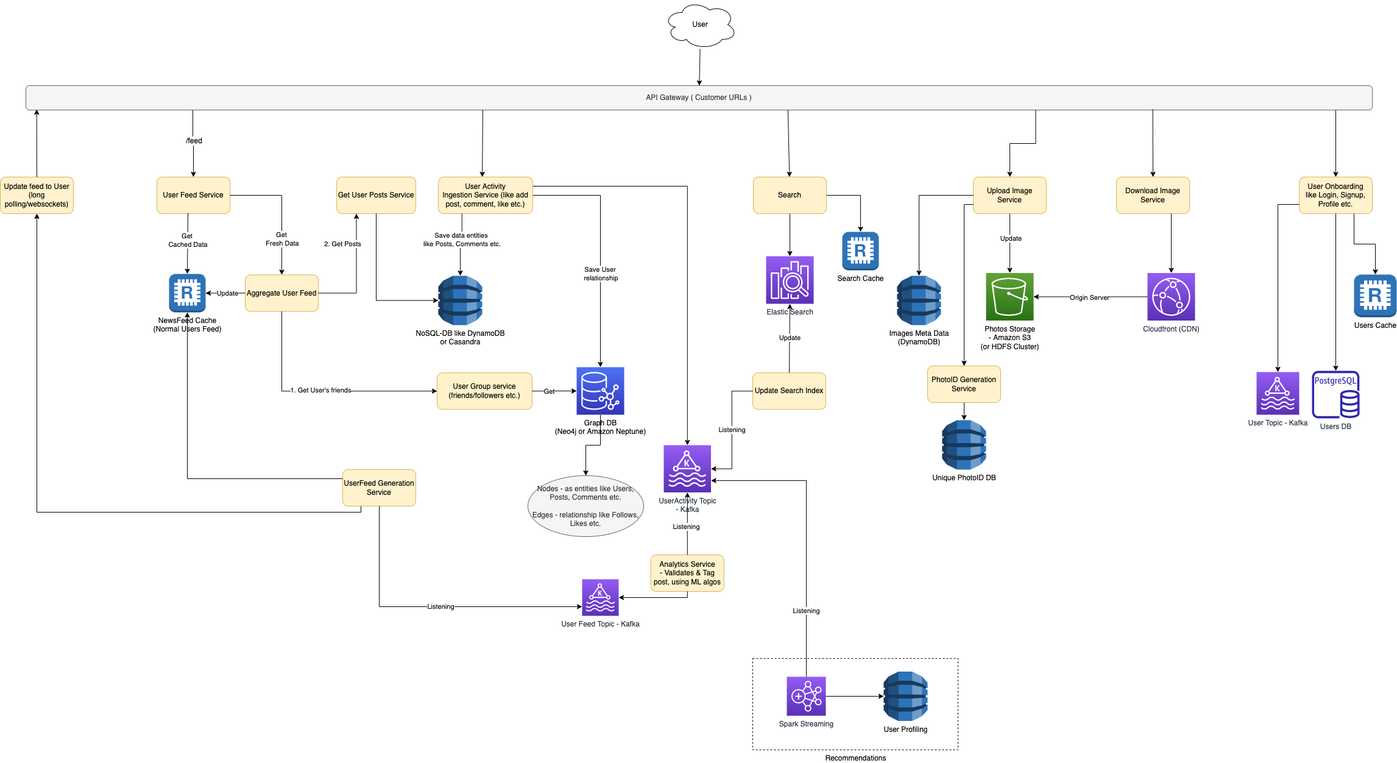
Earlier version of the draw.io export src/3_HLDDesignProblems/SocialNetworkFacebookInstagramDesign/SocialNetworkDesignProblemHLD.png (Anshul619/HLD-System-Designs). Source tidied: cells renumbered, new cells last; positions are measured from the earlier drawing's top-left corner, leaving out a move shared by most shapes.
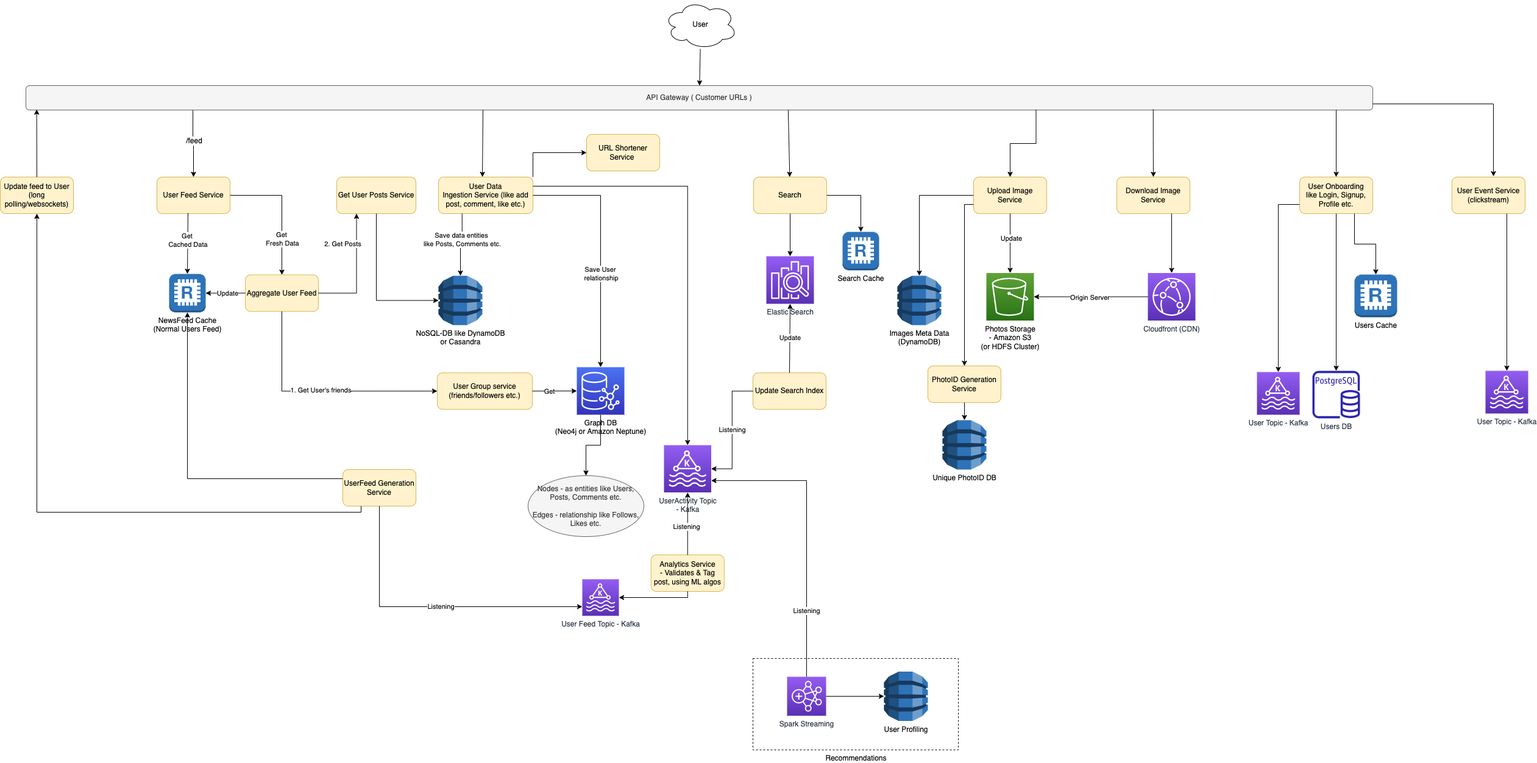
The same diagram one commit later.

Diff of the diagram source:
```diff
@@ -63,7 +63,7 @@
     <mxCell id="20" style="endArrow=classic;html=1;rounded=0;exitX=0.5;exitY=0;exitDx=0;exitDy=0;entryX=0.008;entryY=0.975;entryDx=0;entryDy=0;entryPerimeter=0;" parent="1" edge="1" source="19" target="28">
       <mxGeometry relative="1" as="geometry" />
     </mxCell>
-    <mxCell id="21" value="User Activity&lt;br&gt;Ingestion Service (like add post, comment, like etc.)" style="rounded=1;whiteSpace=wrap;html=1;fillColor=#fff2cc;strokeColor=#d6b656;" parent="1" vertex="1">
+    <mxCell id="21" value="User Data&lt;br&gt;Ingestion Service (like add post, comment, like etc.)" style="rounded=1;whiteSpace=wrap;html=1;fillColor=#fff2cc;strokeColor=#d6b656;" parent="1" vertex="1">
       <mxGeometry x="719" y="290" width="155" height="60" as="geometry" />
     </mxCell>
     <mxCell id="22" style="endArrow=classic;html=1;rounded=0;exitX=1;exitY=0.5;exitDx=0;exitDy=0;edgeStyle=orthogonalEdgeStyle;" parent="1" edge="1" source="21" target="36">
@@ -281,5 +281,23 @@
     <mxCell id="88" value="User Profiling" style="outlineConnect=0;dashed=0;verticalLabelPosition=bottom;verticalAlign=top;align=center;html=1;shape=mxgraph.aws3.dynamo_db;fillColor=#2E73B8;gradientColor=none;" parent="1" vertex="1">
       <mxGeometry x="1450" y="1101.5" width="72" height="81" as="geometry" />
     </mxCell>
+    <mxCell id="89" value="User Event Service (clickstream)" style="rounded=1;whiteSpace=wrap;html=1;fillColor=#fff2cc;strokeColor=#d6b656;" parent="1" vertex="1">
+      <mxGeometry x="2382" y="290" width="120" height="60" as="geometry" />
+    </mxCell>
+    <mxCell id="90" style="endArrow=classic;html=1;rounded=0;edgeStyle=orthogonalEdgeStyle;entryX=0.567;entryY=-0.017;entryDx=0;entryDy=0;entryPerimeter=0;exitX=1;exitY=0.75;exitDx=0;exitDy=0;" parent="1" edge="1" source="28" target="89">
+      <mxGeometry relative="1" as="geometry" />
+    </mxCell>
+    <mxCell id="91" value="User Topic - Kafka" style="sketch=0;points=[[0,0,0],[0.25,0,0],[0.5,0,0],[0.75,0,0],[1,0,0],[0,1,0],[0.25,1,0],[0.5,1,0],[0.75,1,0],[1,1,0],[0,0.25,0],[0,0.5,0],[0,0.75,0],[1,0.25,0],[1,0.5,0],[1,0.75,0]];outlineConnect=0;fontColor=#232F3E;gradientColor=#945DF2;gradientDirection=north;fillColor=#5A30B5;strokeColor=#ffffff;dashed=0;verticalLabelPosition=bottom;verticalAlign=top;align=center;html=1;fontSize=12;fontStyle=0;shape=mxgraph.aws4.resourceIcon;resIcon=mxgraph.aws4.managed_streaming_for_kafka;" parent="1" vertex="1">
+      <mxGeometry x="2437" y="608" width="70" height="70" as="geometry" />
+    </mxCell>
+    <mxCell id="92" style="endArrow=classic;html=1;rounded=0;entryX=0.5;entryY=0;entryDx=0;entryDy=0;entryPerimeter=0;edgeStyle=orthogonalEdgeStyle;exitX=0.75;exitY=1;exitDx=0;exitDy=0;" parent="1" edge="1" source="89" target="91">
+      <mxGeometry relative="1" as="geometry" />
+    </mxCell>
+    <mxCell id="93" value="URL Shortener Service&amp;nbsp;" style="rounded=1;whiteSpace=wrap;html=1;fillColor=#fff2cc;strokeColor=#d6b656;" parent="1" vertex="1">
+      <mxGeometry x="962" y="220" width="120" height="60" as="geometry" />
+    </mxCell>
+    <mxCell id="94" style="endArrow=classic;html=1;rounded=0;exitX=1;exitY=0;exitDx=0;exitDy=0;entryX=0;entryY=0.5;entryDx=0;entryDy=0;edgeStyle=orthogonalEdgeStyle;" parent="1" edge="1" source="21" target="93">
+      <mxGeometry relative="1" as="geometry" />
+    </mxCell>
   </root>
 </mxGraphModel>
```
